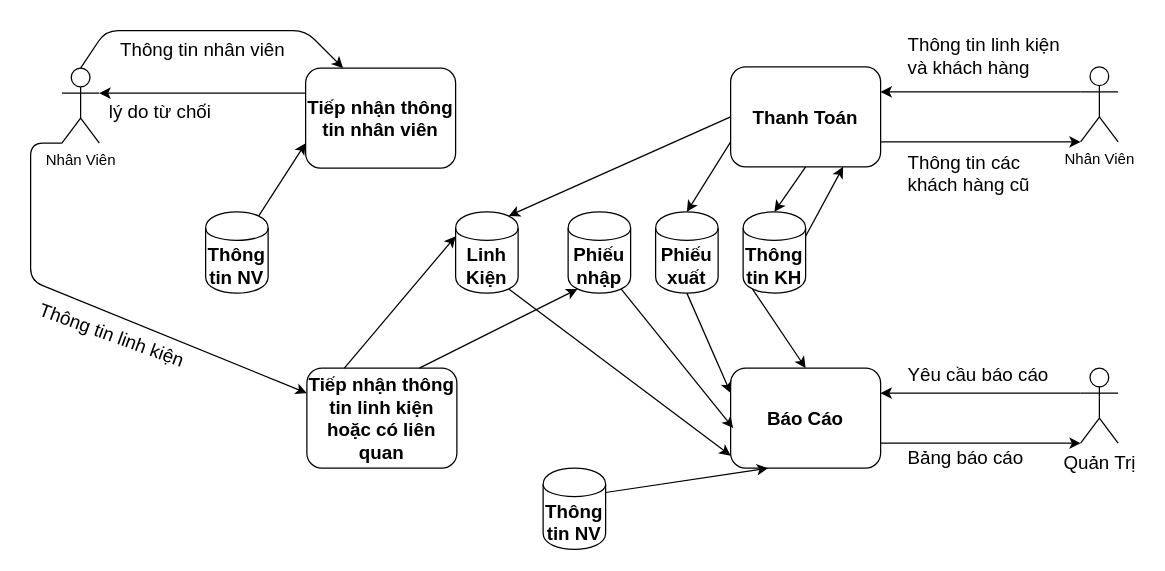
Above: DatabaseAnalyst/draw_QLBH_LinhKien_MucDinh.drawio in thienqnpro02/school (draw.io), before the change. Source tidied: cells renumbered, new cells numbered last; positions are measured from the earlier drawing's top-left corner, leaving out a move shared by most shapes. Both pictures are drawn from the tidied source at 125%, with x=0, y=0 at pixel (30, 30).
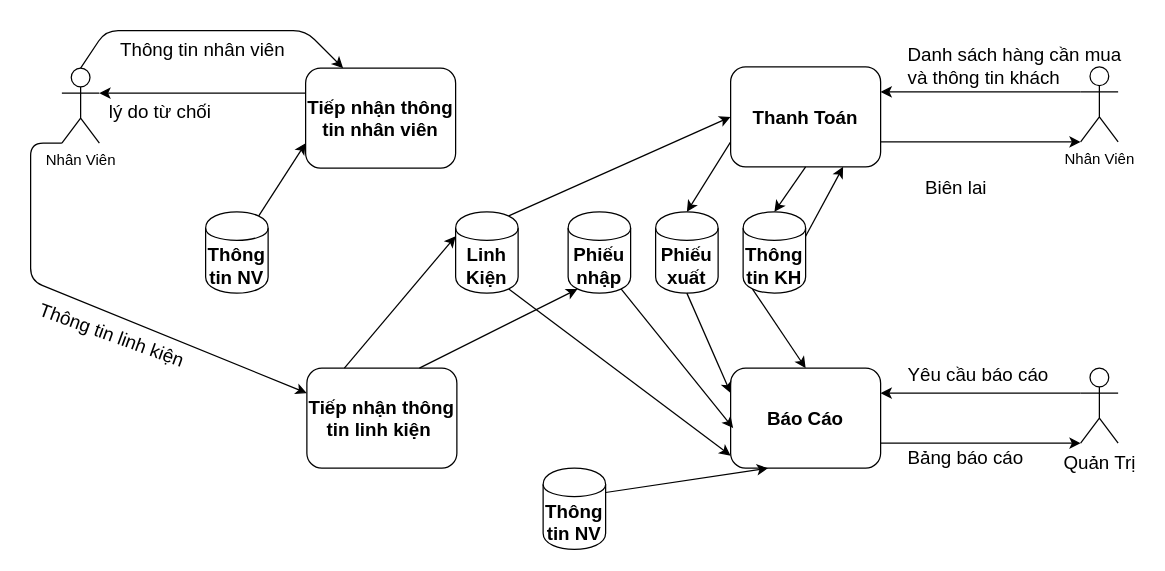
The same diagram, later.

The change refers to these unchanged cells:
```xml
<mxCell id="9" value="Thanh Toán" style="rounded=1;whiteSpace=wrap;html=1;fontSize=15;fontStyle=1;" parent="1" vertex="1">
  <mxGeometry x="560" y="29" width="120" height="80" as="geometry" />
</mxCell>
<mxCell id="15" value="Linh Kiện" style="shape=cylinder;whiteSpace=wrap;html=1;boundedLbl=1;backgroundOutline=1;fontSize=15;fontStyle=1;" parent="1" vertex="1">
  <mxGeometry x="340" y="145" width="50" height="65" as="geometry" />
</mxCell>
<mxCell id="33" value="Nhân Viên" style="shape=umlActor;verticalLabelPosition=bottom;labelBackgroundColor=#ffffff;verticalAlign=top;html=1;outlineConnect=0;" parent="1" vertex="1">
  <mxGeometry x="840" y="29" width="30" height="60" as="geometry" />
</mxCell>
```

What changed in the source:
```diff
@@
-    <mxCell id="8" value="Tiếp nhận thông tin linh kiện hoặc có liên quan" style="rounded=1;whiteSpace=wrap;html=1;fontSize=15;fontStyle=1;" parent="1" vertex="1">
+    <mxCell id="8" value="Tiếp nhận thông tin linh kiện&amp;nbsp;" style="rounded=1;whiteSpace=wrap;html=1;fontSize=15;fontStyle=1;" parent="1" vertex="1">
       <mxGeometry x="221" y="270" width="120" height="80" as="geometry" />
     </mxCell>
@@
-    <mxCell id="35" value="Thông tin linh kiện&lt;br&gt;và khách hàng" style="text;html=1;align=left;verticalAlign=top;spacingTop=-4;fontSize=15;" parent="1" vertex="1">
-      <mxGeometry x="700" width="140" height="40" as="geometry" />
+    <mxCell id="35" value="Danh sách hàng cần mua&lt;br&gt;và thông tin khách" style="text;html=1;align=left;verticalAlign=top;spacingTop=-4;fontSize=15;" parent="1" vertex="1">
+      <mxGeometry x="700" y="8" width="190" height="40" as="geometry" />
     </mxCell>
-    <mxCell id="36" style="endArrow=classic;html=1;fontSize=15;entryX=0.85;entryY=0.05;entryDx=0;entryDy=0;entryPerimeter=0;exitX=0;exitY=0.5;exitDx=0;exitDy=0;" parent="1" edge="1" source="9" target="15">
+    <mxCell id="36" style="endArrow=classic;html=1;fontSize=15;entryX=0;entryY=0.5;entryDx=0;entryDy=0;exitX=0.85;exitY=0.05;exitDx=0;exitDy=0;exitPerimeter=0;" parent="1" edge="1" source="15" target="9">
       <mxGeometry relative="1" as="geometry" />
     </mxCell>
@@
-    <mxCell id="39" style="endArrow=classic;html=1;fontSize=15;entryX=0;entryY=1;entryDx=0;entryDy=0;entryPerimeter=0;exitX=1;exitY=0.75;exitDx=0;exitDy=0;" parent="1" edge="1" source="9" target="33">
+    <mxCell id="39" style="endArrow=classic;html=1;entryX=0;entryY=1;entryDx=0;entryDy=0;entryPerimeter=0;exitX=1;exitY=0.75;exitDx=0;exitDy=0;" parent="1" edge="1" source="9" target="33">
       <mxGeometry relative="1" as="geometry" />
     </mxCell>
-    <mxCell id="40" value="Thông tin các &lt;br&gt;khách hàng cũ" style="text;html=1;align=left;verticalAlign=top;spacingTop=-4;fontSize=15;" parent="1" vertex="1">
-      <mxGeometry x="700" y="94" width="110" height="40" as="geometry" />
-    </mxCell>
+    <mxCell id="41" value="Biên lai" style="text;html=1;align=left;verticalAlign=top;spacingTop=-4;fontSize=15;" parent="1" vertex="1">
+      <mxGeometry x="714" y="114" width="50" height="20" as="geometry" />
+    </mxCell>
```
